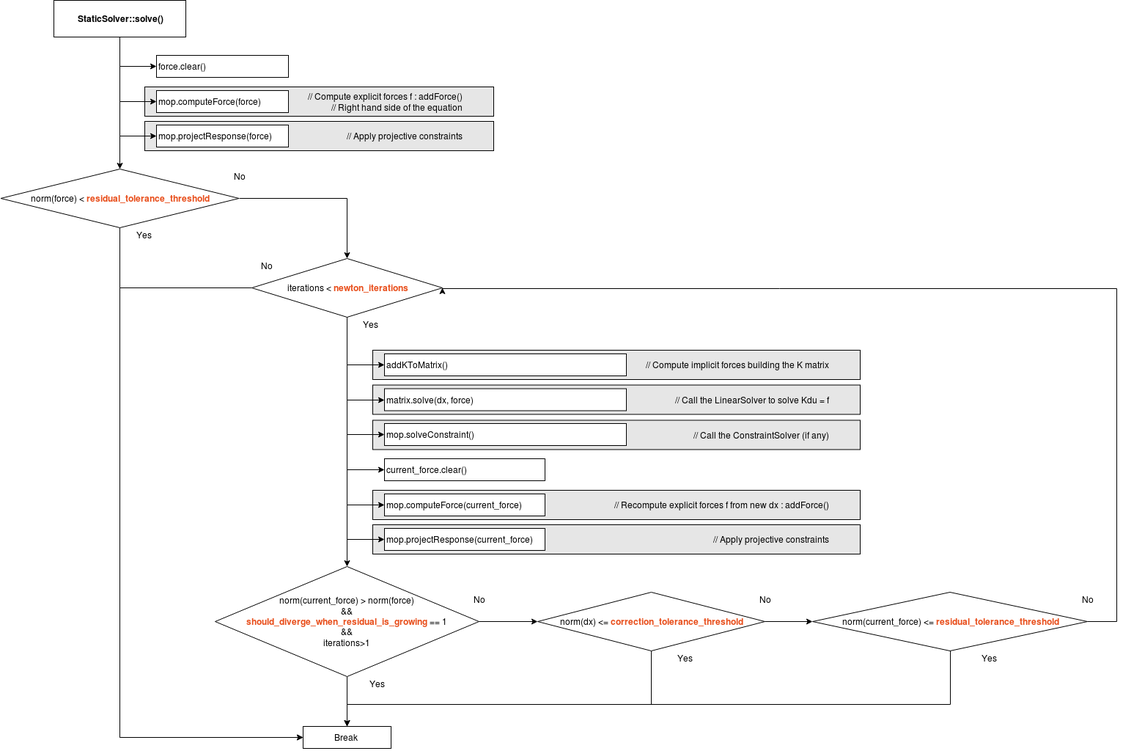
sofa-framework/doc keeps this draw.io diagram as Images/integrationscheme/StaticSolver.png. Above is the earlier version. Source tidied: cells renumbered, new cells last; positions are measured from the earlier drawing's top-left corner, leaving out a move shared by most shapes.
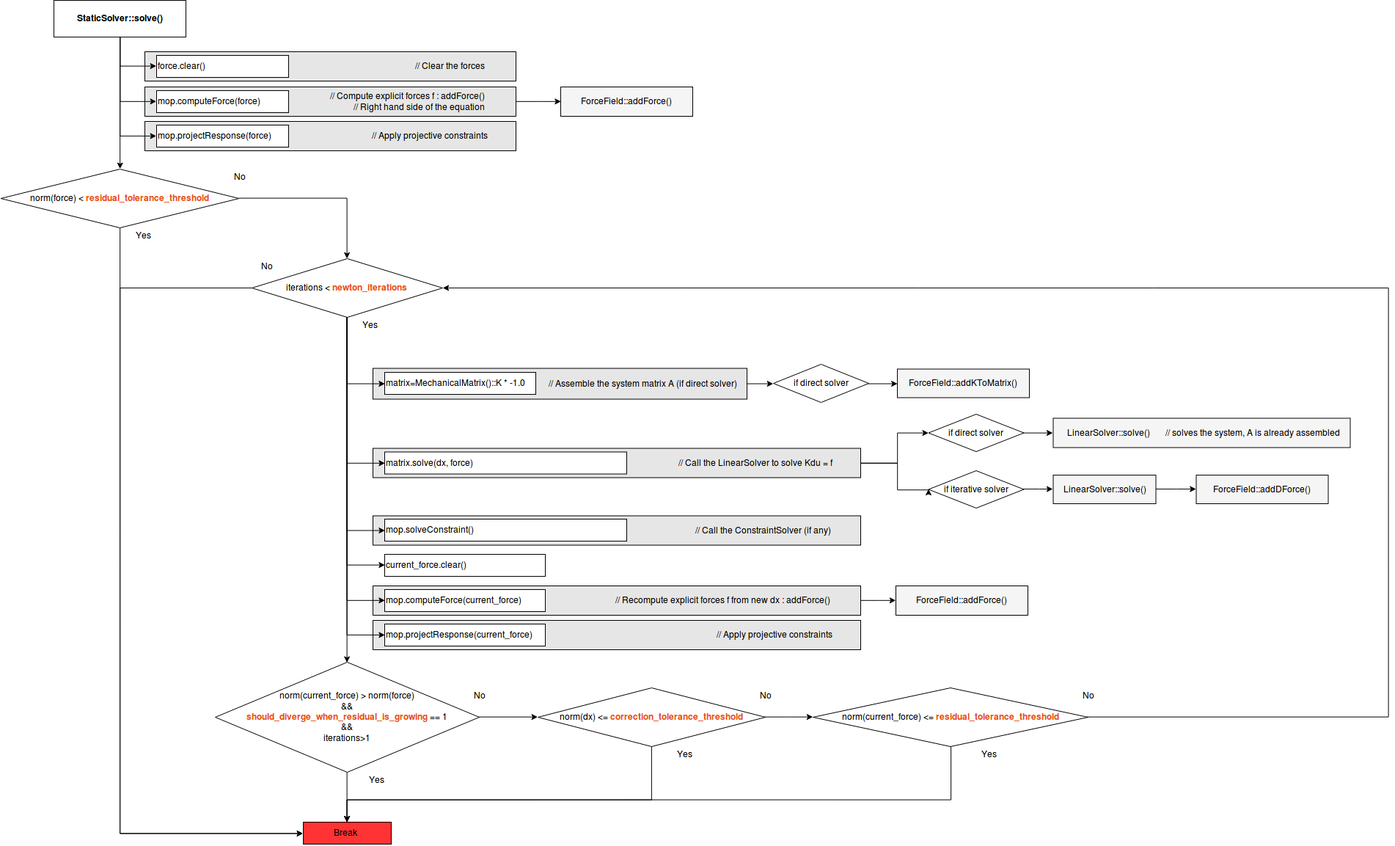
Above is the later version.

Commit message:
update new static solver diagram

What changed in the source:
```diff
@@ -2,9 +2,18 @@
   <root>
     <mxCell id="0" />
     <mxCell id="1" parent="0" />
+    <mxCell id="55" value="// Assemble the system matrix A (if direct solver)&amp;nbsp;&amp;nbsp;&amp;nbsp;&amp;nbsp; " style="rounded=0;whiteSpace=wrap;html=1;fillColor=#E6E6E6;align=right;" parent="1" vertex="1">
+      <mxGeometry x="507" y="371.5" width="510" height="42" as="geometry" />
+    </mxCell>
+    <mxCell id="56" value="&lt;blockquote&gt;&lt;div align=&quot;right&quot;&gt;// Clear the forces&lt;br&gt;&lt;/div&gt;&lt;/blockquote&gt;" style="rounded=0;whiteSpace=wrap;html=1;fillColor=#E6E6E6;align=right;" parent="1" vertex="1">
+      <mxGeometry x="196" y="-60" width="506" height="40" as="geometry" />
+    </mxCell>
     <mxCell id="2" value="&lt;blockquote&gt;&lt;div align=&quot;right&quot;&gt;// Apply projective constraints&lt;br&gt;&lt;/div&gt;&lt;/blockquote&gt;" style="rounded=0;whiteSpace=wrap;html=1;fillColor=#E6E6E6;align=right;" parent="1" vertex="1">
       <mxGeometry x="507" y="715" width="665" height="40" as="geometry" />
     </mxCell>
+    <mxCell id="57" style="edgeStyle=orthogonalEdgeStyle;rounded=0;jettySize=auto;html=1;entryX=0;entryY=0.5;entryDx=0;entryDy=0;" parent="1" edge="1" source="3" target="76">
+      <mxGeometry relative="1" as="geometry" />
+    </mxCell>
     <mxCell id="3" value="&lt;blockquote&gt;&lt;div align=&quot;right&quot;&gt;// Recompute explicit forces f from new dx : addForce()&lt;/div&gt;&lt;/blockquote&gt;" style="rounded=0;whiteSpace=wrap;html=1;fillColor=#E6E6E6;align=right;" parent="1" vertex="1">
       <mxGeometry x="507" y="668" width="665" height="40" as="geometry" />
     </mxCell>
@@ -12,16 +21,16 @@
       <mxGeometry x="507" y="572.5" width="665" height="40" as="geometry" />
     </mxCell>
     <mxCell id="5" value="&lt;blockquote&gt;&lt;div align=&quot;right&quot;&gt;// Call the LinearSolver to solve Kdu = f&lt;br&gt;&lt;/div&gt;&lt;/blockquote&gt;" style="rounded=0;whiteSpace=wrap;html=1;fillColor=#E6E6E6;align=right;" parent="1" vertex="1">
-      <mxGeometry x="507" y="524.5" width="665" height="40" as="geometry" />
+      <mxGeometry x="507" y="480.5" width="665" height="40" as="geometry" />
     </mxCell>
-    <mxCell id="6" value="&lt;blockquote&gt;&lt;div align=&quot;right&quot;&gt;// Compute implicit forces building the K matrix&lt;br&gt;&lt;/div&gt;&lt;/blockquote&gt;" style="rounded=0;whiteSpace=wrap;html=1;fillColor=#E6E6E6;align=right;" parent="1" vertex="1">
-      <mxGeometry x="507" y="477" width="665" height="40" as="geometry" />
-    </mxCell>
     <mxCell id="7" value="&lt;blockquote&gt;&lt;div align=&quot;right&quot;&gt;// Apply projective constraints&lt;br&gt;&lt;/div&gt;&lt;/blockquote&gt;" style="rounded=0;whiteSpace=wrap;html=1;fillColor=#E6E6E6;align=right;" parent="1" vertex="1">
-      <mxGeometry x="196" y="165" width="476" height="40" as="geometry" />
+      <mxGeometry x="196" y="35" width="506" height="40" as="geometry" />
     </mxCell>
+    <mxCell id="58" style="edgeStyle=orthogonalEdgeStyle;rounded=0;jettySize=auto;html=1;entryX=0;entryY=0.5;entryDx=0;entryDy=0;" parent="1" edge="1" source="8" target="65">
+      <mxGeometry relative="1" as="geometry" />
+    </mxCell>
     <mxCell id="8" value="&lt;blockquote&gt;&lt;div align=&quot;right&quot;&gt;// Compute explicit forces f : addForce()&lt;/div&gt;&lt;div align=&quot;right&quot;&gt;// Right hand side of the equation&lt;br&gt;&lt;/div&gt;&lt;/blockquote&gt;" style="rounded=0;whiteSpace=wrap;html=1;fillColor=#E6E6E6;align=right;" parent="1" vertex="1">
-      <mxGeometry x="196" y="118" width="476" height="40" as="geometry" />
+      <mxGeometry x="196" y="-12" width="506" height="40" as="geometry" />
     </mxCell>
     <mxCell id="9" style="edgeStyle=orthogonalEdgeStyle;rounded=0;jettySize=auto;html=1;exitX=0.5;exitY=1;exitDx=0;exitDy=0;entryX=0;entryY=0.5;entryDx=0;entryDy=0;" parent="1" edge="1" source="13" target="14">
       <mxGeometry relative="1" as="geometry" />
@@ -36,16 +45,16 @@
       <mxGeometry relative="1" as="geometry" />
     </mxCell>
     <mxCell id="13" value="&lt;div&gt;StaticSolver::solve()&lt;/div&gt;" style="rounded=0;whiteSpace=wrap;html=1;fontStyle=1;" parent="1" vertex="1">
-      <mxGeometry x="72" width="180" height="50" as="geometry" />
+      <mxGeometry x="72" y="-130" width="180" height="50" as="geometry" />
     </mxCell>
     <mxCell id="14" value="force.clear()" style="rounded=0;whiteSpace=wrap;html=1;align=left;" parent="1" vertex="1">
-      <mxGeometry x="212" y="75" width="180" height="30" as="geometry" />
+      <mxGeometry x="212" y="-55" width="180" height="30" as="geometry" />
     </mxCell>
     <mxCell id="15" value="&lt;div&gt;&lt;tr&gt;&lt;td id=&quot;LC65&quot;&gt;mop.&lt;span&gt;computeForce&lt;/span&gt;(force)&lt;/td&gt;&lt;/tr&gt;&lt;/div&gt;" style="rounded=0;whiteSpace=wrap;html=1;align=left;" parent="1" vertex="1">
-      <mxGeometry x="212" y="123" width="180" height="30" as="geometry" />
+      <mxGeometry x="212" y="-7" width="180" height="30" as="geometry" />
     </mxCell>
     <mxCell id="16" value="&lt;div&gt;&lt;div&gt;mop.&lt;span&gt;projectResponse&lt;/span&gt;(force)&lt;/div&gt;&lt;/div&gt;" style="rounded=0;whiteSpace=wrap;html=1;align=left;" parent="1" vertex="1">
-      <mxGeometry x="212" y="170" width="180" height="30" as="geometry" />
+      <mxGeometry x="212" y="40" width="180" height="30" as="geometry" />
     </mxCell>
     <mxCell id="17" style="edgeStyle=orthogonalEdgeStyle;rounded=0;jettySize=auto;html=1;exitX=1;exitY=0.5;exitDx=0;exitDy=0;entryX=0.5;entryY=0;entryDx=0;entryDy=0;" parent="1" edge="1" source="19" target="30">
       <mxGeometry relative="1" as="geometry" />
@@ -58,20 +67,17 @@
       </mxGeometry>
     </mxCell>
     <mxCell id="19" value="norm(force) &amp;lt; &lt;font color=&quot;#E84E1B&quot;&gt;&lt;b&gt;residual_tolerance_threshold&lt;/b&gt;&lt;/font&gt;" style="rhombus;whiteSpace=wrap;html=1;" parent="1" vertex="1">
-      <mxGeometry x="-0.5" y="230" width="325" height="80" as="geometry" />
+      <mxGeometry x="-0.5" y="100" width="325" height="80" as="geometry" />
     </mxCell>
     <mxCell id="20" value="Yes" style="text;html=1;strokeColor=none;fillColor=none;align=center;verticalAlign=middle;whiteSpace=wrap;rounded=0;" parent="1" vertex="1">
-      <mxGeometry x="174" y="310" width="40" height="20" as="geometry" />
+      <mxGeometry x="174" y="180" width="40" height="20" as="geometry" />
     </mxCell>
     <mxCell id="21" value="No" style="text;html=1;strokeColor=none;fillColor=none;align=center;verticalAlign=middle;whiteSpace=wrap;rounded=0;" parent="1" vertex="1">
-      <mxGeometry x="304.5" y="230" width="40" height="20" as="geometry" />
+      <mxGeometry x="304.5" y="100" width="40" height="20" as="geometry" />
     </mxCell>
     <mxCell id="22" style="edgeStyle=orthogonalEdgeStyle;rounded=0;jettySize=auto;html=1;exitX=0.5;exitY=1;exitDx=0;exitDy=0;entryX=0.5;entryY=0;entryDx=0;entryDy=0;" parent="1" edge="1" source="30" target="41">
       <mxGeometry relative="1" as="geometry" />
     </mxCell>
-    <mxCell id="23" style="edgeStyle=orthogonalEdgeStyle;rounded=0;jettySize=auto;html=1;entryX=0;entryY=0.5;entryDx=0;entryDy=0;" parent="1" edge="1" source="30" target="33">
-      <mxGeometry relative="1" as="geometry" />
-    </mxCell>
     <mxCell id="24" style="edgeStyle=orthogonalEdgeStyle;rounded=0;jettySize=auto;html=1;entryX=0;entryY=0.5;entryDx=0;entryDy=0;" parent="1" edge="1" source="30" target="34">
       <mxGeometry relative="1" as="geometry" />
     </mxCell>
@@ -90,25 +96,25 @@
     <mxCell id="29" style="edgeStyle=orthogonalEdgeStyle;rounded=0;jettySize=auto;html=1;entryX=0;entryY=0.5;entryDx=0;entryDy=0;exitX=0;exitY=0.5;exitDx=0;exitDy=0;" parent="1" edge="1" source="30" target="50">
       <mxGeometry relative="1" as="geometry">
         <Array as="points">
-          <mxPoint x="162" y="392" />
+          <mxPoint x="162" y="262" />
           <mxPoint x="162" y="1005" />
         </Array>
       </mxGeometry>
     </mxCell>
+    <mxCell id="59" style="edgeStyle=orthogonalEdgeStyle;rounded=0;jettySize=auto;html=1;exitX=0.5;exitY=1;exitDx=0;exitDy=0;entryX=0;entryY=0.5;entryDx=0;entryDy=0;" parent="1" edge="1" source="30" target="61">
+      <mxGeometry relative="1" as="geometry" />
+    </mxCell>
     <mxCell id="30" value="iterations &amp;lt; &lt;font color=&quot;#E84E1B&quot;&gt;&lt;b&gt;newton_iterations&lt;/b&gt;&lt;/font&gt;" style="rhombus;whiteSpace=wrap;html=1;" parent="1" vertex="1">
-      <mxGeometry x="342" y="352" width="260" height="80" as="geometry" />
+      <mxGeometry x="342" y="222" width="260" height="80" as="geometry" />
     </mxCell>
     <mxCell id="31" value="Yes" style="text;html=1;strokeColor=none;fillColor=none;align=center;verticalAlign=middle;whiteSpace=wrap;rounded=0;" parent="1" vertex="1">
-      <mxGeometry x="483" y="432" width="40" height="20" as="geometry" />
+      <mxGeometry x="483" y="302" width="40" height="20" as="geometry" />
     </mxCell>
     <mxCell id="32" value="No" style="text;html=1;strokeColor=none;fillColor=none;align=center;verticalAlign=middle;whiteSpace=wrap;rounded=0;" parent="1" vertex="1">
-      <mxGeometry x="342" y="352" width="40" height="20" as="geometry" />
+      <mxGeometry x="342" y="222" width="40" height="20" as="geometry" />
     </mxCell>
-    <mxCell id="33" value="&lt;span&gt;addKToMatrix&lt;/span&gt;()" style="rounded=0;whiteSpace=wrap;html=1;align=left;" parent="1" vertex="1">
-      <mxGeometry x="523" y="482" width="330" height="30" as="geometry" />
-    </mxCell>
     <mxCell id="34" value="&lt;div&gt;matrix.&lt;span&gt;solve&lt;/span&gt;(dx, force)&lt;/div&gt;" style="rounded=0;whiteSpace=wrap;html=1;align=left;" parent="1" vertex="1">
-      <mxGeometry x="523" y="529.5" width="330" height="30" as="geometry" />
+      <mxGeometry x="523" y="485.5" width="330" height="30" as="geometry" />
     </mxCell>
     <mxCell id="35" value="&lt;div&gt;&lt;div&gt;mop.&lt;span&gt;solveConstraint&lt;/span&gt;()&lt;/div&gt;&lt;/div&gt;" style="rounded=0;whiteSpace=wrap;html=1;align=left;" parent="1" vertex="1">
       <mxGeometry x="523" y="577" width="330" height="30" as="geometry" />
@@ -145,22 +151,22 @@
     <mxCell id="44" value="&lt;div&gt;norm(dx) &amp;lt;= &lt;font color=&quot;#E84E1B&quot;&gt;&lt;b&gt;&lt;span&gt;correction_tolerance_threshold&lt;/span&gt;&lt;/b&gt;&lt;/font&gt;&lt;/div&gt;" style="rhombus;whiteSpace=wrap;html=1;" parent="1" vertex="1">
       <mxGeometry x="732" y="807" width="310" height="80" as="geometry" />
     </mxCell>
+    <mxCell id="46" style="edgeStyle=orthogonalEdgeStyle;rounded=0;jettySize=auto;html=1;entryX=0.5;entryY=0;entryDx=0;entryDy=0;" parent="1" edge="1" source="47" target="50">
+      <mxGeometry relative="1" as="geometry">
+        <Array as="points">
+          <mxPoint x="1295" y="960" />
+          <mxPoint x="472" y="960" />
+        </Array>
+      </mxGeometry>
+    </mxCell>
-    <mxCell id="45" style="edgeStyle=orthogonalEdgeStyle;rounded=0;jettySize=auto;html=1;entryX=1;entryY=0.5;entryDx=0;entryDy=0;exitX=1;exitY=0.5;exitDx=0;exitDy=0;" parent="1" edge="1" source="47" target="30">
+    <mxCell id="45" style="edgeStyle=orthogonalEdgeStyle;rounded=0;jettySize=auto;html=1;entryX=1;entryY=0.5;entryDx=0;entryDy=0;" parent="1" edge="1" source="47" target="30">
       <mxGeometry relative="1" as="geometry">
         <Array as="points">
-          <mxPoint x="1522" y="847" />
-          <mxPoint x="1522" y="393" />
+          <mxPoint x="1892" y="847" />
+          <mxPoint x="1892" y="262" />
         </Array>
       </mxGeometry>
     </mxCell>
-    <mxCell id="46" style="edgeStyle=orthogonalEdgeStyle;rounded=0;jettySize=auto;html=1;entryX=0.5;entryY=0;entryDx=0;entryDy=0;" parent="1" edge="1" source="47" target="50">
-      <mxGeometry relative="1" as="geometry">
-        <Array as="points">
-          <mxPoint x="1295" y="960" />
-          <mxPoint x="472" y="960" />
-        </Array>
-      </mxGeometry>
-    </mxCell>
     <mxCell id="47" value="norm(current_force) &amp;lt;= &lt;font color=&quot;#E84E1B&quot;&gt;&lt;b&gt;residual_tolerance_threshold&lt;/b&gt;&lt;/font&gt;" style="rhombus;whiteSpace=wrap;html=1;" parent="1" vertex="1">
       <mxGeometry x="1107" y="807" width="375" height="80" as="geometry" />
     </mxCell>
@@ -170,7 +176,7 @@
     <mxCell id="49" value="No" style="text;html=1;strokeColor=none;fillColor=none;align=center;verticalAlign=middle;whiteSpace=wrap;rounded=0;" parent="1" vertex="1">
       <mxGeometry x="632" y="807" width="40" height="20" as="geometry" />
     </mxCell>
-    <mxCell id="50" value="&lt;blockquote&gt;&lt;div align=&quot;justify&quot;&gt;&lt;div&gt;&lt;div&gt;Break&lt;/div&gt;&lt;/div&gt;&lt;/div&gt;&lt;/blockquote&gt;" style="rounded=0;whiteSpace=wrap;html=1;align=left;" parent="1" vertex="1">
+    <mxCell id="50" value="&lt;blockquote&gt;&lt;div align=&quot;justify&quot;&gt;&lt;div&gt;&lt;div&gt;Break&lt;/div&gt;&lt;/div&gt;&lt;/div&gt;&lt;/blockquote&gt;" style="rounded=0;whiteSpace=wrap;html=1;align=left;fillColor=#FF3333;" parent="1" vertex="1">
       <mxGeometry x="412" y="990" width="120" height="30" as="geometry" />
     </mxCell>
     <mxCell id="51" value="Yes" style="text;html=1;strokeColor=none;fillColor=none;align=center;verticalAlign=middle;whiteSpace=wrap;rounded=0;" parent="1" vertex="1">
@@ -185,5 +191,66 @@
     <mxCell id="54" value="Yes" style="text;html=1;strokeColor=none;fillColor=none;align=center;verticalAlign=middle;whiteSpace=wrap;rounded=0;" parent="1" vertex="1">
       <mxGeometry x="1327" y="887" width="40" height="20" as="geometry" />
     </mxCell>
+    <mxCell id="60" style="edgeStyle=orthogonalEdgeStyle;rounded=0;jettySize=auto;html=1;entryX=0;entryY=0.51;entryDx=0;entryDy=0;entryPerimeter=0;" parent="1" edge="1" source="55" target="63">
+      <mxGeometry relative="1" as="geometry" />
+    </mxCell>
+    <mxCell id="61" value="matrix=MechanicalMatrix()::K * -1.0" style="rounded=0;whiteSpace=wrap;html=1;align=left;" parent="1" vertex="1">
+      <mxGeometry x="523" y="377" width="206" height="30" as="geometry" />
+    </mxCell>
+    <mxCell id="62" style="edgeStyle=orthogonalEdgeStyle;rounded=0;jettySize=auto;html=1;entryX=0;entryY=0.5;entryDx=0;entryDy=0;" parent="1" edge="1" source="63" target="64">
+      <mxGeometry relative="1" as="geometry" />
+    </mxCell>
+    <mxCell id="63" value="if direct solver" style="rhombus;whiteSpace=wrap;html=1;" parent="1" vertex="1">
+      <mxGeometry x="1053" y="366" width="130" height="52" as="geometry" />
+    </mxCell>
+    <mxCell id="64" value="&lt;div align=&quot;center&quot;&gt;ForceField::addKToMatrix()&lt;/div&gt;" style="rounded=0;whiteSpace=wrap;html=1;fillColor=#F5F5F5;align=center;" parent="1" vertex="1">
+      <mxGeometry x="1222" y="372.5" width="180" height="39" as="geometry" />
+    </mxCell>
+    <mxCell id="65" value="&lt;div align=&quot;center&quot;&gt;ForceField::addForce()&lt;/div&gt;" style="rounded=0;whiteSpace=wrap;html=1;fillColor=#F5F5F5;align=center;" parent="1" vertex="1">
+      <mxGeometry x="763" y="-12" width="180" height="40" as="geometry" />
+    </mxCell>
+    <mxCell id="66" style="edgeStyle=orthogonalEdgeStyle;rounded=0;jettySize=auto;html=1;entryX=0;entryY=0.5;entryDx=0;entryDy=0;exitX=1;exitY=0.5;exitDx=0;exitDy=0;" parent="1" edge="1" source="5" target="69">
+      <mxGeometry relative="1" as="geometry">
+        <Array as="points">
+          <mxPoint x="1222" y="501" />
+          <mxPoint x="1222" y="459" />
+        </Array>
+      </mxGeometry>
+    </mxCell>
+    <mxCell id="67" style="edgeStyle=orthogonalEdgeStyle;rounded=0;jettySize=auto;html=1;entryX=0;entryY=0.5;entryDx=0;entryDy=0;exitX=1;exitY=0.5;exitDx=0;exitDy=0;" parent="1" edge="1" source="5" target="71">
+      <mxGeometry relative="1" as="geometry">
+        <Array as="points">
+          <mxPoint x="1222" y="501" />
+          <mxPoint x="1222" y="537" />
+        </Array>
+      </mxGeometry>
+    </mxCell>
+    <mxCell id="68" style="edgeStyle=orthogonalEdgeStyle;rounded=0;jettySize=auto;html=1;entryX=0;entryY=0.5;entryDx=0;entryDy=0;" parent="1" edge="1" source="69" target="72">
+      <mxGeometry relative="1" as="geometry" />
+    </mxCell>
+    <mxCell id="69" value="if direct solver" style="rhombus;whiteSpace=wrap;html=1;" parent="1" vertex="1">
+      <mxGeometry x="1264.5" y="434" width="130" height="51" as="geometry" />
+    </mxCell>
+    <mxCell id="70" style="edgeStyle=orthogonalEdgeStyle;rounded=0;jettySize=auto;html=1;entryX=0;entryY=0.5;entryDx=0;entryDy=0;" parent="1" edge="1" source="71" target="74">
+      <mxGeometry relative="1" as="geometry" />
+    </mxCell>
+    <mxCell id="71" value="if iterative solver" style="rhombus;whiteSpace=wrap;html=1;" parent="1" vertex="1">
+      <mxGeometry x="1264.5" y="511" width="130" height="51" as="geometry" />
+    </mxCell>
+    <mxCell id="72" value="&lt;div align=&quot;center&quot;&gt;LinearSolver::solve()&amp;nbsp;&amp;nbsp;&amp;nbsp;&amp;nbsp;&amp;nbsp;&amp;nbsp; // solves the system, A is already assembled&lt;/div&gt;" style="rounded=0;whiteSpace=wrap;html=1;fillColor=#F5F5F5;align=center;" parent="1" vertex="1">
+      <mxGeometry x="1434.5" y="439.5" width="405" height="40" as="geometry" />
+    </mxCell>
+    <mxCell id="73" style="edgeStyle=orthogonalEdgeStyle;rounded=0;jettySize=auto;html=1;entryX=0;entryY=0.5;entryDx=0;entryDy=0;" parent="1" edge="1" source="74" target="75">
+      <mxGeometry relative="1" as="geometry" />
+    </mxCell>
+    <mxCell id="74" value="&lt;div align=&quot;center&quot;&gt;LinearSolver::solve()&lt;br&gt;&lt;/div&gt;" style="rounded=0;whiteSpace=wrap;html=1;fillColor=#F5F5F5;align=center;" parent="1" vertex="1">
+      <mxGeometry x="1434.5" y="517" width="140" height="39" as="geometry" />
+    </mxCell>
+    <mxCell id="75" value="&lt;div align=&quot;center&quot;&gt;ForceField::addDForce()&lt;/div&gt;" style="rounded=0;whiteSpace=wrap;html=1;fillColor=#F5F5F5;align=center;" parent="1" vertex="1">
+      <mxGeometry x="1629.5" y="517" width="180" height="39" as="geometry" />
+    </mxCell>
+    <mxCell id="76" value="&lt;div align=&quot;center&quot;&gt;ForceField::addForce()&lt;/div&gt;" style="rounded=0;whiteSpace=wrap;html=1;fillColor=#F5F5F5;align=center;" parent="1" vertex="1">
+      <mxGeometry x="1220" y="668" width="180" height="40" as="geometry" />
+    </mxCell>
   </root>
 </mxGraphModel>
```
